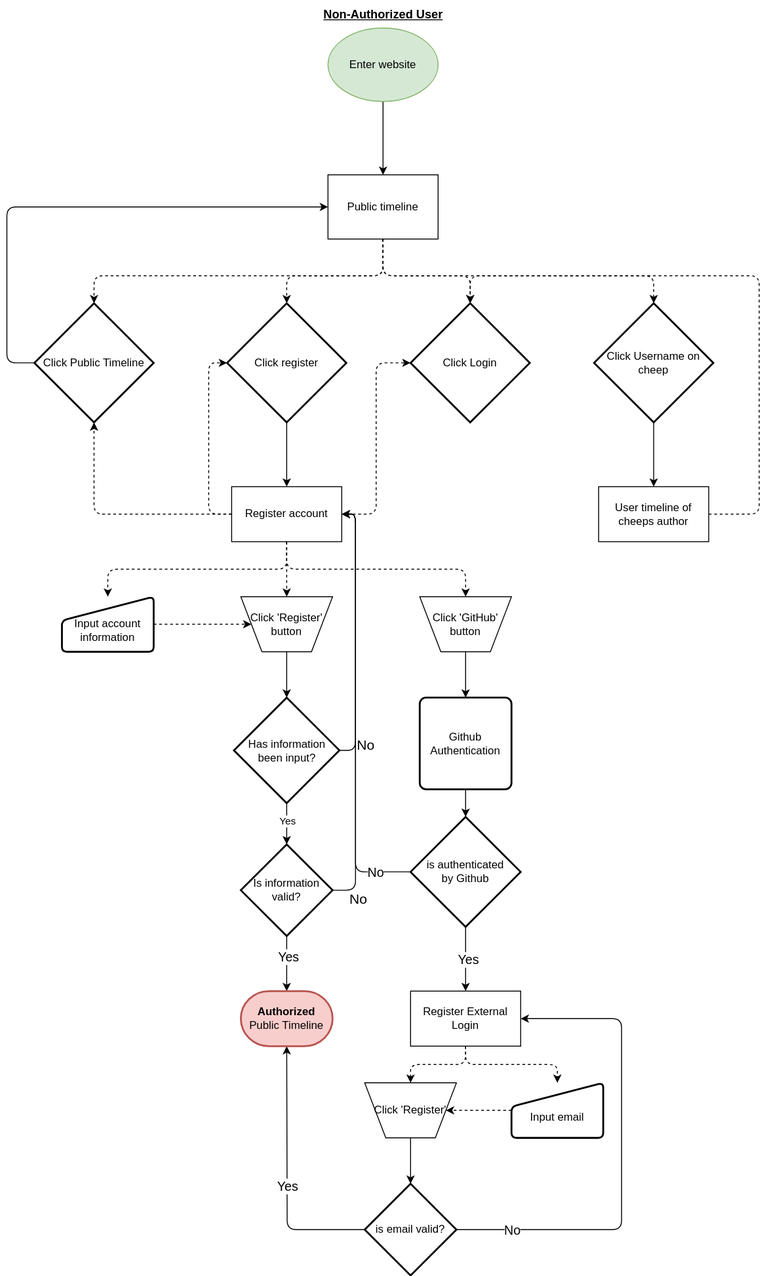
ITU-BDSA-GROUP-20/Chirp keeps this draw.io diagram as docs/diagrams/Non-Auth User journey.drawio.svg. Above is the earlier version. Source tidied: cells renumbered, new cells last; positions are measured from the earlier drawing's top-left corner, leaving out a move shared by most shapes.
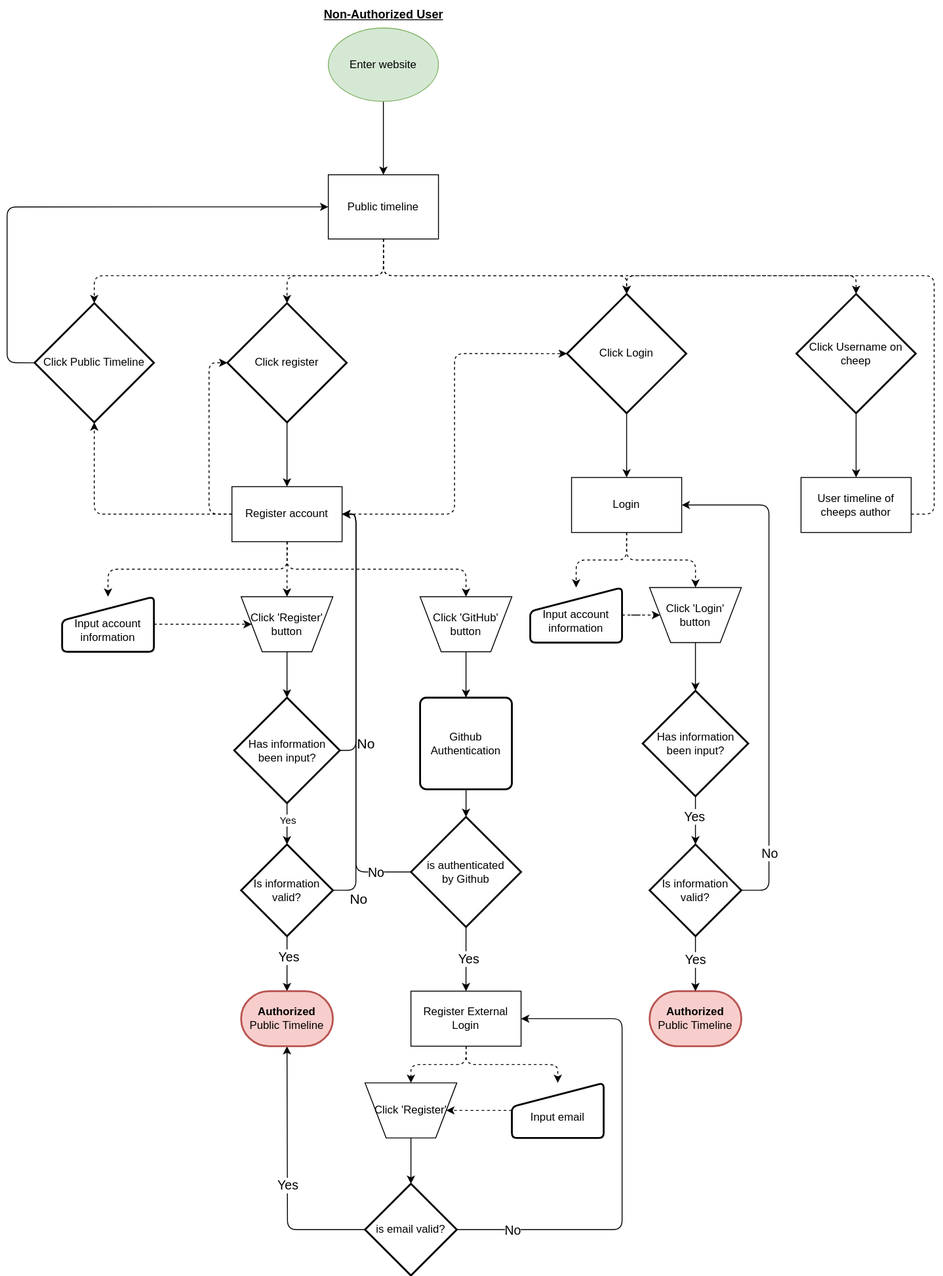
After the commit.

Diff of the diagram source:
```diff
@@ -53,20 +53,23 @@
     <mxCell id="12" value="Click register" style="strokeWidth=2;html=1;shape=mxgraph.flowchart.decision;whiteSpace=wrap;" parent="1" vertex="1">
       <mxGeometry x="240" y="330" width="130" height="130" as="geometry" />
     </mxCell>
+    <mxCell id="63" style="edgeStyle=orthogonalEdgeStyle;rounded=0;jettySize=auto;html=1;entryX=0.5;entryY=0;entryDx=0;entryDy=0;" parent="1" edge="1" source="13" target="66">
+      <mxGeometry relative="1" as="geometry" />
+    </mxCell>
     <mxCell id="13" value="Click Login" style="strokeWidth=2;html=1;shape=mxgraph.flowchart.decision;whiteSpace=wrap;" parent="1" vertex="1">
-      <mxGeometry x="440" y="330" width="130" height="130" as="geometry" />
+      <mxGeometry x="610" y="320" width="130" height="130" as="geometry" />
     </mxCell>
     <mxCell id="14" style="edgeStyle=orthogonalEdgeStyle;rounded=0;jettySize=auto;html=1;entryX=0.5;entryY=0;entryDx=0;entryDy=0;" parent="1" edge="1" source="15" target="41">
       <mxGeometry relative="1" as="geometry" />
     </mxCell>
     <mxCell id="15" value="Click Username on cheep" style="strokeWidth=2;html=1;shape=mxgraph.flowchart.decision;whiteSpace=wrap;" parent="1" vertex="1">
-      <mxGeometry x="640" y="330" width="130" height="130" as="geometry" />
+      <mxGeometry x="860" y="320" width="130" height="130" as="geometry" />
     </mxCell>
     <mxCell id="16" style="edgeStyle=orthogonalEdgeStyle;rounded=1;jettySize=auto;html=1;entryX=0.5;entryY=0;entryDx=0;entryDy=0;entryPerimeter=0;dashed=1;" parent="1" edge="1" source="7" target="13">
       <mxGeometry relative="1" as="geometry">
         <Array as="points">
           <mxPoint x="410" y="300" />
-          <mxPoint x="505" y="300" />
+          <mxPoint x="675" y="300" />
         </Array>
       </mxGeometry>
     </mxCell>
@@ -74,7 +77,7 @@
       <mxGeometry relative="1" as="geometry">
         <Array as="points">
           <mxPoint x="410" y="300" />
-          <mxPoint x="705" y="300" />
+          <mxPoint x="925" y="300" />
         </Array>
       </mxGeometry>
     </mxCell>
@@ -174,14 +177,14 @@
       </mxGeometry>
     </mxCell>
     <mxCell id="41" value="User timeline of cheeps author" style="rounded=0;whiteSpace=wrap;html=1;" parent="1" vertex="1">
-      <mxGeometry x="645" y="530" width="120" height="60" as="geometry" />
+      <mxGeometry x="865" y="520" width="120" height="60" as="geometry" />
     </mxCell>
     <mxCell id="42" style="edgeStyle=orthogonalEdgeStyle;rounded=1;jettySize=auto;html=1;entryX=0.5;entryY=0;entryDx=0;entryDy=0;entryPerimeter=0;dashed=1;" parent="1" edge="1" source="41" target="13">
       <mxGeometry relative="1" as="geometry">
         <Array as="points">
-          <mxPoint x="820" y="560" />
-          <mxPoint x="820" y="300" />
-          <mxPoint x="505" y="300" />
+          <mxPoint x="1010" y="560" />
+          <mxPoint x="1010" y="300" />
+          <mxPoint x="675" y="300" />
         </Array>
       </mxGeometry>
     </mxCell>
@@ -259,5 +262,60 @@
     <mxCell id="62" value="&lt;b style=&quot;border-color: var(--border-color);&quot;&gt;Authorized&lt;/b&gt;&lt;br style=&quot;border-color: var(--border-color);&quot;&gt;Public Timeline" style="strokeWidth=2;html=1;shape=mxgraph.flowchart.terminator;whiteSpace=wrap;fillColor=#f8cecc;strokeColor=#b85450;" parent="1" vertex="1">
       <mxGeometry x="255" y="1080" width="100" height="60" as="geometry" />
     </mxCell>
+    <mxCell id="64" style="edgeStyle=orthogonalEdgeStyle;rounded=1;jettySize=auto;html=1;entryX=0.5;entryY=0;entryDx=0;entryDy=0;dashed=1;" parent="1" edge="1" source="66" target="68">
+      <mxGeometry relative="1" as="geometry" />
+    </mxCell>
+    <mxCell id="65" style="edgeStyle=orthogonalEdgeStyle;rounded=1;jettySize=auto;html=1;dashed=1;" parent="1" edge="1" source="66" target="69">
+      <mxGeometry relative="1" as="geometry" />
+    </mxCell>
+    <mxCell id="66" value="Login" style="rounded=0;whiteSpace=wrap;html=1;" parent="1" vertex="1">
+      <mxGeometry x="615" y="520" width="120" height="60" as="geometry" />
+    </mxCell>
+    <mxCell id="67" style="edgeStyle=orthogonalEdgeStyle;rounded=0;jettySize=auto;html=1;entryX=0;entryY=0.5;entryDx=0;entryDy=0;dashed=1;" parent="1" edge="1" source="68" target="69">
+      <mxGeometry relative="1" as="geometry" />
+    </mxCell>
+    <mxCell id="68" value="&lt;br&gt;Input account information" style="html=1;strokeWidth=2;shape=manualInput;whiteSpace=wrap;rounded=1;size=26;arcSize=11;" parent="1" vertex="1">
+      <mxGeometry x="570" y="640" width="100" height="60" as="geometry" />
+    </mxCell>
+    <mxCell id="69" value="Click 'Login' button" style="verticalLabelPosition=middle;verticalAlign=middle;html=1;shape=trapezoid;perimeter=trapezoidPerimeter;whiteSpace=wrap;size=0.23;arcSize=10;flipV=1;labelPosition=center;align=center;" parent="1" vertex="1">
+      <mxGeometry x="700" y="640" width="100" height="60" as="geometry" />
+    </mxCell>
+    <mxCell id="70" value="Has information been input?" style="strokeWidth=2;html=1;shape=mxgraph.flowchart.decision;whiteSpace=wrap;" parent="1" vertex="1">
+      <mxGeometry x="692.5" y="752.5" width="115" height="115" as="geometry" />
+    </mxCell>
+    <mxCell id="71" style="edgeStyle=orthogonalEdgeStyle;rounded=1;jettySize=auto;html=1;entryX=1;entryY=0.5;entryDx=0;entryDy=0;" parent="1" edge="1" source="73" target="66">
+      <mxGeometry relative="1" as="geometry">
+        <Array as="points">
+          <mxPoint x="830" y="970" />
+          <mxPoint x="830" y="550" />
+        </Array>
+      </mxGeometry>
+    </mxCell>
+    <mxCell id="72" value="&lt;font style=&quot;font-size: 14px;&quot;&gt;No&lt;/font&gt;" style="edgeLabel;html=1;align=center;verticalAlign=middle;" parent="71" vertex="1">
+      <mxGeometry x="-0.53" relative="1" as="geometry">
+        <mxPoint y="59" as="offset" />
+      </mxGeometry>
+    </mxCell>
+    <mxCell id="73" value="Is information valid?" style="strokeWidth=2;html=1;shape=mxgraph.flowchart.decision;whiteSpace=wrap;" parent="1" vertex="1">
+      <mxGeometry x="700" y="920" width="100" height="100" as="geometry" />
+    </mxCell>
+    <mxCell id="74" value="&lt;b style=&quot;border-color: var(--border-color);&quot;&gt;Authorized&lt;/b&gt;&lt;br style=&quot;border-color: var(--border-color);&quot;&gt;Public Timeline" style="strokeWidth=2;html=1;shape=mxgraph.flowchart.terminator;whiteSpace=wrap;fillColor=#f8cecc;strokeColor=#b85450;" parent="1" vertex="1">
+      <mxGeometry x="700" y="1080" width="100" height="60" as="geometry" />
+    </mxCell>
+    <mxCell id="75" style="edgeStyle=orthogonalEdgeStyle;rounded=0;jettySize=auto;html=1;entryX=0.5;entryY=0;entryDx=0;entryDy=0;entryPerimeter=0;" parent="1" edge="1" source="69" target="70">
+      <mxGeometry relative="1" as="geometry" />
+    </mxCell>
+    <mxCell id="76" style="edgeStyle=orthogonalEdgeStyle;rounded=0;jettySize=auto;html=1;entryX=0.5;entryY=0;entryDx=0;entryDy=0;entryPerimeter=0;" parent="1" edge="1" source="70" target="73">
+      <mxGeometry relative="1" as="geometry" />
+    </mxCell>
+    <mxCell id="77" value="&lt;font style=&quot;font-size: 14px;&quot;&gt;Yes&lt;/font&gt;" style="edgeLabel;html=1;align=center;verticalAlign=middle;" parent="76" vertex="1">
+      <mxGeometry x="-0.16" y="-2" relative="1" as="geometry" />
+    </mxCell>
+    <mxCell id="78" style="edgeStyle=orthogonalEdgeStyle;rounded=0;jettySize=auto;html=1;entryX=0.5;entryY=0;entryDx=0;entryDy=0;entryPerimeter=0;" parent="1" edge="1" source="73" target="74">
+      <mxGeometry relative="1" as="geometry" />
+    </mxCell>
+    <mxCell id="79" value="&lt;font style=&quot;font-size: 14px;&quot;&gt;Yes&lt;/font&gt;" style="edgeLabel;html=1;align=center;verticalAlign=middle;" parent="78" vertex="1">
+      <mxGeometry x="-0.16" y="-1" relative="1" as="geometry" />
+    </mxCell>
   </root>
 </mxGraphModel>
```
